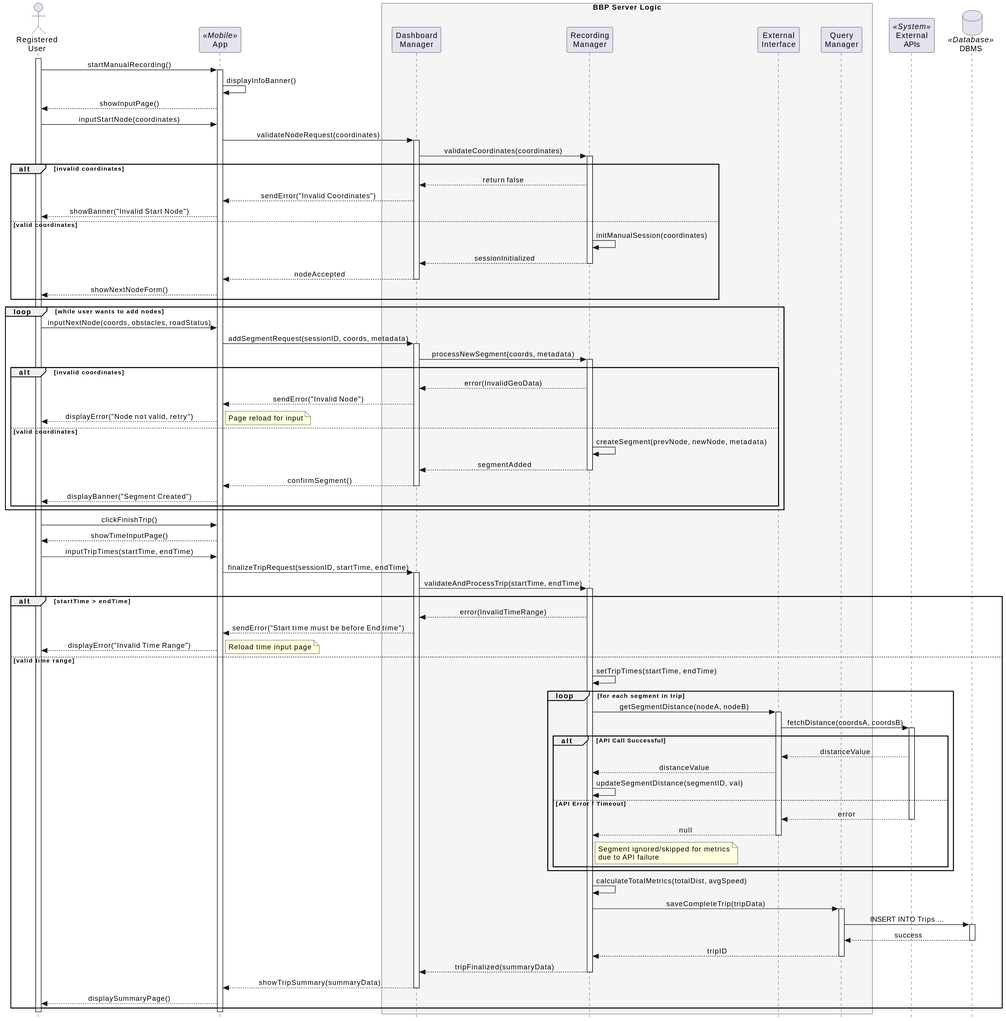
Earlier version of the PlantUML export DD/sequence_diagrams/manual.svg (ABurato26/BuratoCrimellaFaccini). Source of this version:
```plantuml
@startuml
skinparam style strictuml
skinparam sequenceMessageAlign center
skinparam maxMessageSize 350
skinparam ParticipantPadding 15
skinparam BoxPadding 10

actor "Registered\nUser" as user
participant "App" as app <<Mobile>>
box "BBP Server Logic" #F5F5F5
    participant "Dashboard\nManager" as dashMan
    participant "Recording\nManager" as recMan
    participant "External\nInterface" as extInt
    participant "Query\nManager" as queryMan
end box
participant "External\nAPIs" as extApi <<System>>
database "DBMS" as db <<Database>>

activate user
user -> app : startManualRecording()
activate app
app -> app : displayInfoBanner()
app --> user : showInputPage()


user -> app : inputStartNode(coordinates)

app -> dashMan : validateNodeRequest(coordinates)
activate dashMan
dashMan -> recMan : validateCoordinates(coordinates)
activate recMan

alt invalid coordinates
    recMan --> dashMan : return false
    dashMan --> app : sendError("Invalid Coordinates")
    app --> user : showBanner("Invalid Start Node")
else valid coordinates
    recMan -> recMan : initManualSession(coordinates)
    recMan --> dashMan : sessionInitialized
    deactivate recMan
    dashMan --> app : nodeAccepted
    deactivate dashMan
    app --> user : showNextNodeForm()
end


loop while user wants to add nodes
    user -> app : inputNextNode(coords, obstacles, roadStatus)

    app -> dashMan : addSegmentRequest(sessionID, coords, metadata)
    activate dashMan
    dashMan -> recMan : processNewSegment(coords, metadata)
    activate recMan

    alt invalid coordinates
        recMan --> dashMan : error(InvalidGeoData)
        dashMan --> app : sendError("Invalid Node")
        app --> user : displayError("Node not valid, retry")
        note right: Page reload for input
    else valid coordinates
        recMan -> recMan : createSegment(prevNode, newNode, metadata)
        recMan --> dashMan : segmentAdded
        deactivate recMan
        dashMan --> app : confirmSegment()
        deactivate dashMan
        app --> user : displayBanner("Segment Created")
    end
end


user -> app : clickFinishTrip()
app --> user : showTimeInputPage()

user -> app : inputTripTimes(startTime, endTime)

app -> dashMan : finalizeTripRequest(sessionID, startTime, endTime)
activate dashMan
dashMan -> recMan : validateAndProcessTrip(startTime, endTime)
activate recMan

alt startTime > endTime
    recMan --> dashMan : error(InvalidTimeRange)
    dashMan --> app : sendError("Start time must be before End time")
    app --> user : displayError("Invalid Time Range")
    note right: Reload time input page
else valid time range
    recMan -> recMan : setTripTimes(startTime, endTime)

    loop for each segment in trip
        recMan -> extInt : getSegmentDistance(nodeA, nodeB)
        activate extInt
        extInt -> extApi : fetchDistance(coordsA, coordsB)
        activate extApi

        alt API Call Successful
            extApi --> extInt : distanceValue
            extInt --> recMan : distanceValue
            recMan -> recMan : updateSegmentDistance(segmentID, val)
        else API Error / Timeout
            extApi --> extInt : error
            deactivate extApi
            extInt --> recMan : null
            deactivate extInt
            note right of recMan : Segment ignored/skipped for metrics\ndue to API failure
        end
    end


    recMan -> recMan : calculateTotalMetrics(totalDist, avgSpeed)

    recMan -> queryMan : saveCompleteTrip(tripData)
    activate queryMan
    queryMan -> db : INSERT INTO Trips ...
    activate db
    db --> queryMan : success
    deactivate db
    queryMan --> recMan : tripID
    deactivate queryMan

    recMan --> dashMan : tripFinalized(summaryData)
    deactivate recMan

    dashMan --> app : showTripSummary(summaryData)
    deactivate dashMan

    app --> user : displaySummaryPage()
end

deactivate app
deactivate user
@enduml
```
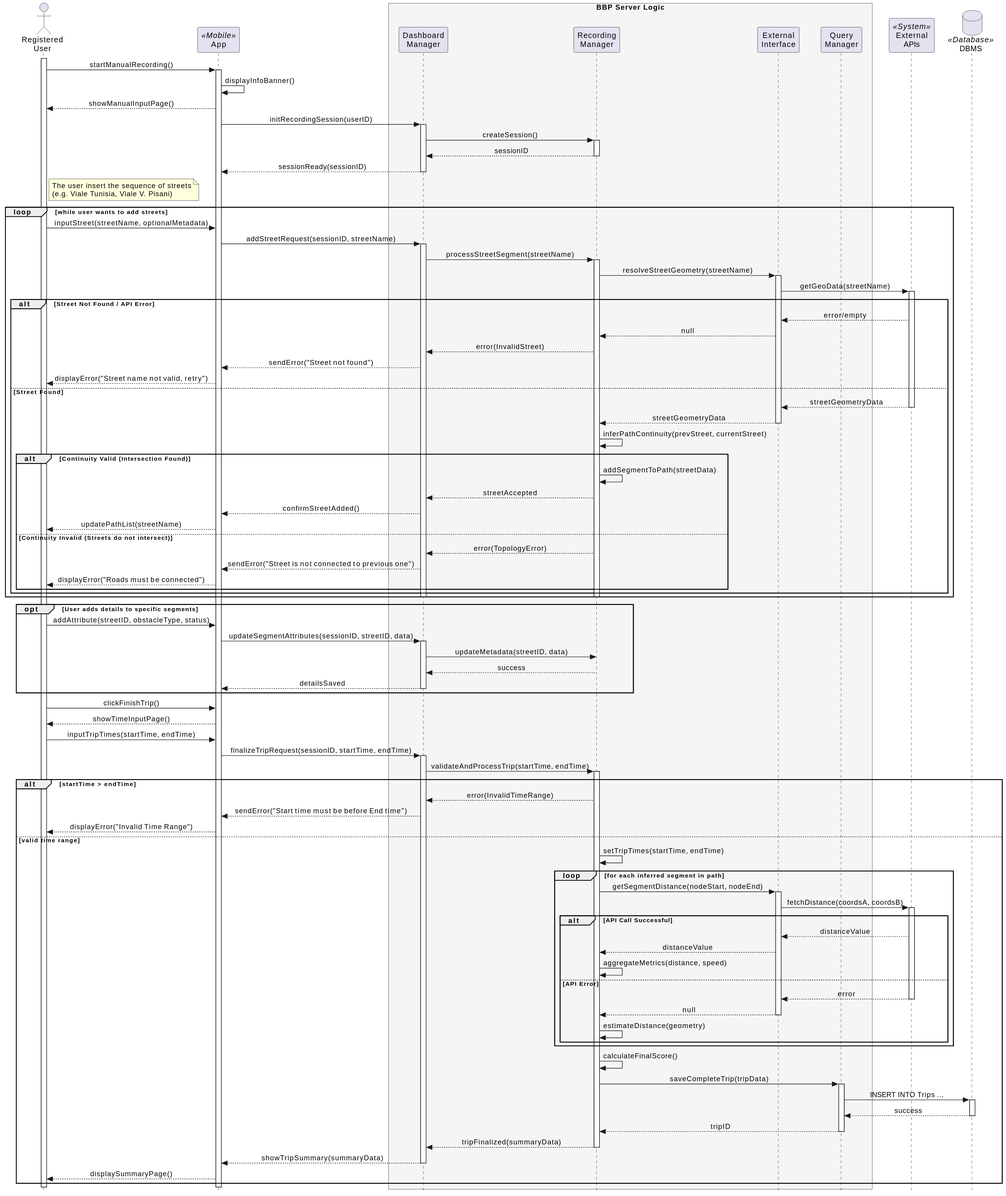
The same diagram one commit later.

Commit message:
a little change in the diagrams

Diff of the diagram source:
```diff
@@ -20,57 +20,73 @@
 user -> app : startManualRecording()
 activate app
 app -> app : displayInfoBanner()
-app --> user : showInputPage()
+app --> user : showManualInputPage()
 
+app -> dashMan : initRecordingSession(userID)
+activate dashMan
+dashMan -> recMan : createSession()
+activate recMan
+recMan --> dashMan : sessionID
+deactivate recMan
+dashMan --> app : sessionReady(sessionID)
+deactivate dashMan
 
-user -> app : inputStartNode(coordinates)
+note right of user: The user insert the sequence of streets\n(e.g. Viale Tunisia, Viale V. Pisani)
 
-app -> dashMan : validateNodeRequest(coordinates)
-activate dashMan
-dashMan -> recMan : validateCoordinates(coordinates)
-activate recMan
+loop while user wants to add streets
+    user -> app : inputStreet(streetName, optionalMetadata)
 
-alt invalid coordinates
-    recMan --> dashMan : return false
-    dashMan --> app : sendError("Invalid Coordinates")
-    app --> user : showBanner("Invalid Start Node")
-else valid coordinates
-    recMan -> recMan : initManualSession(coordinates)
-    recMan --> dashMan : sessionInitialized
+    app -> dashMan : addStreetRequest(sessionID, streetName)
+    activate dashMan
+    dashMan -> recMan : processStreetSegment(streetName)
+    activate recMan
+
+    recMan -> extInt : resolveStreetGeometry(streetName)
+    activate extInt
+    extInt -> extApi : getGeoData(streetName)
+    activate extApi
+
+    alt Street Not Found / API Error
+        extApi --> extInt : error/empty
+        extInt --> recMan : null
+        recMan --> dashMan : error(InvalidStreet)
+        dashMan --> app : sendError("Street not found")
+        app --> user : displayError("Street name not valid, retry")
+    else Street Found
+        extApi --> extInt : streetGeometryData
+        deactivate extApi
+        extInt --> recMan : streetGeometryData
+        deactivate extInt
+
+        recMan -> recMan : inferPathContinuity(prevStreet, currentStreet)
+
+        alt Continuity Valid (Intersection Found)
+            recMan -> recMan : addSegmentToPath(streetData)
+            recMan --> dashMan : streetAccepted
+            dashMan --> app : confirmStreetAdded()
+            app --> user : updatePathList(streetName)
+        else Continuity Invalid (Streets do not intersect)
+             recMan --> dashMan : error(TopologyError)
+             dashMan --> app : sendError("Street is not connected to previous one")
+             app --> user : displayError("Roads must be connected")
+        end
+    end
     deactivate recMan
-    dashMan --> app : nodeAccepted
     deactivate dashMan
-    app --> user : showNextNodeForm()
 end
 
-
-loop while user wants to add nodes
-    user -> app : inputNextNode(coords, obstacles, roadStatus)
-
-    app -> dashMan : addSegmentRequest(sessionID, coords, metadata)
+opt User adds details to specific segments
+    user -> app : addAttribute(streetID, obstacleType, status)
+    app -> dashMan : updateSegmentAttributes(sessionID, streetID, data)
     activate dashMan
-    dashMan -> recMan : processNewSegment(coords, metadata)
-    activate recMan
-
-    alt invalid coordinates
-        recMan --> dashMan : error(InvalidGeoData)
-        dashMan --> app : sendError("Invalid Node")
-        app --> user : displayError("Node not valid, retry")
-        note right: Page reload for input
-    else valid coordinates
-        recMan -> recMan : createSegment(prevNode, newNode, metadata)
-        recMan --> dashMan : segmentAdded
-        deactivate recMan
-        dashMan --> app : confirmSegment()
-        deactivate dashMan
-        app --> user : displayBanner("Segment Created")
-    end
+    dashMan -> recMan : updateMetadata(streetID, data)
+    recMan --> dashMan : success
+    dashMan --> app : detailsSaved
+    deactivate dashMan
 end
-
 
 user -> app : clickFinishTrip()
 app --> user : showTimeInputPage()
-
 user -> app : inputTripTimes(startTime, endTime)
 
 app -> dashMan : finalizeTripRequest(sessionID, startTime, endTime)
@@ -82,12 +98,11 @@
     recMan --> dashMan : error(InvalidTimeRange)
     dashMan --> app : sendError("Start time must be before End time")
     app --> user : displayError("Invalid Time Range")
-    note right: Reload time input page
 else valid time range
     recMan -> recMan : setTripTimes(startTime, endTime)
 
-    loop for each segment in trip
-        recMan -> extInt : getSegmentDistance(nodeA, nodeB)
+    loop for each inferred segment in path
+        recMan -> extInt : getSegmentDistance(nodeStart, nodeEnd)
         activate extInt
         extInt -> extApi : fetchDistance(coordsA, coordsB)
         activate extApi
@@ -95,18 +110,17 @@
         alt API Call Successful
             extApi --> extInt : distanceValue
             extInt --> recMan : distanceValue
-            recMan -> recMan : updateSegmentDistance(segmentID, val)
-        else API Error / Timeout
+            recMan -> recMan : aggregateMetrics(distance, speed)
+        else API Error
             extApi --> extInt : error
             deactivate extApi
             extInt --> recMan : null
             deactivate extInt
-            note right of recMan : Segment ignored/skipped for metrics\ndue to API failure
+            recMan -> recMan : estimateDistance(geometry)
         end
     end
 
-
-    recMan -> recMan : calculateTotalMetrics(totalDist, avgSpeed)
+    recMan -> recMan : calculateFinalScore()
 
     recMan -> queryMan : saveCompleteTrip(tripData)
     activate queryMan
```
